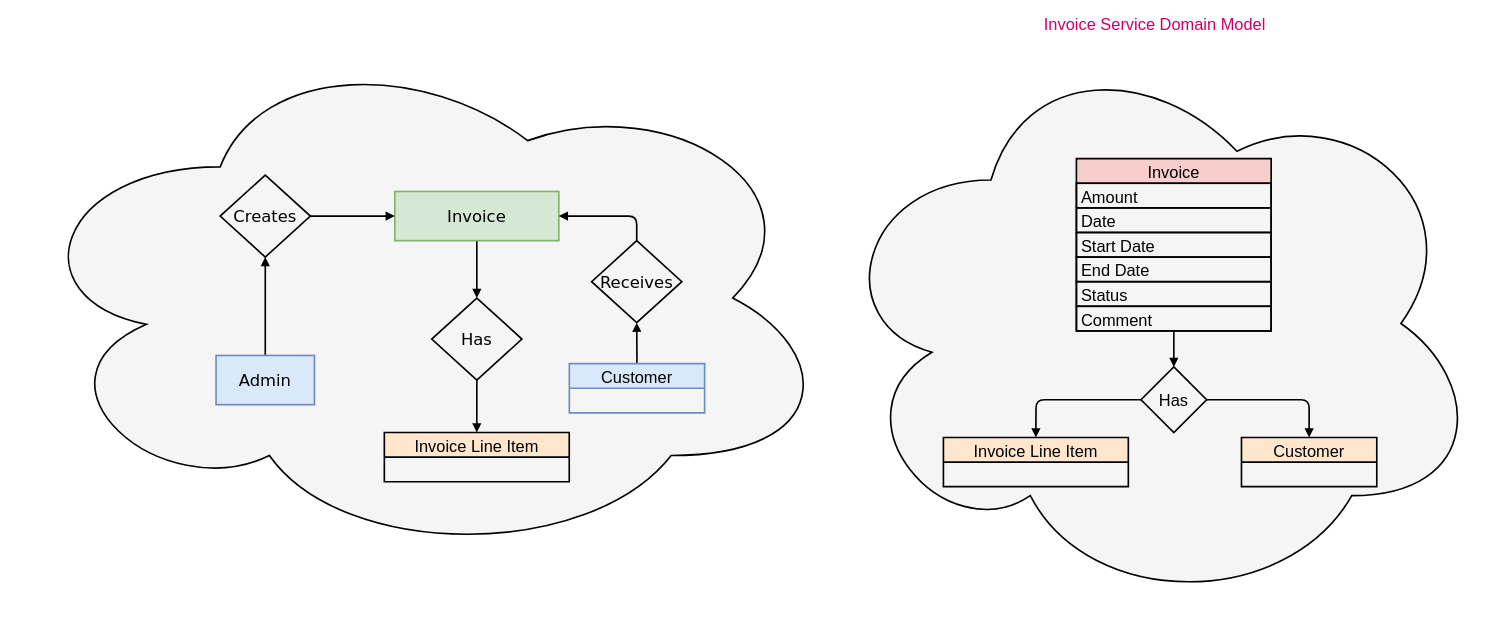
Before: docs/diagram/invoice_service_domain_model.drawio in dudhwalas/dudhwala, a draw.io diagram. Source tidied: cells renumbered, new cells numbered last; positions are measured from the earlier drawing's top-left corner, leaving out a move shared by most shapes. Both pictures are drawn from the tidied source at 82%, with x=0, y=0 at pixel (15, 35).
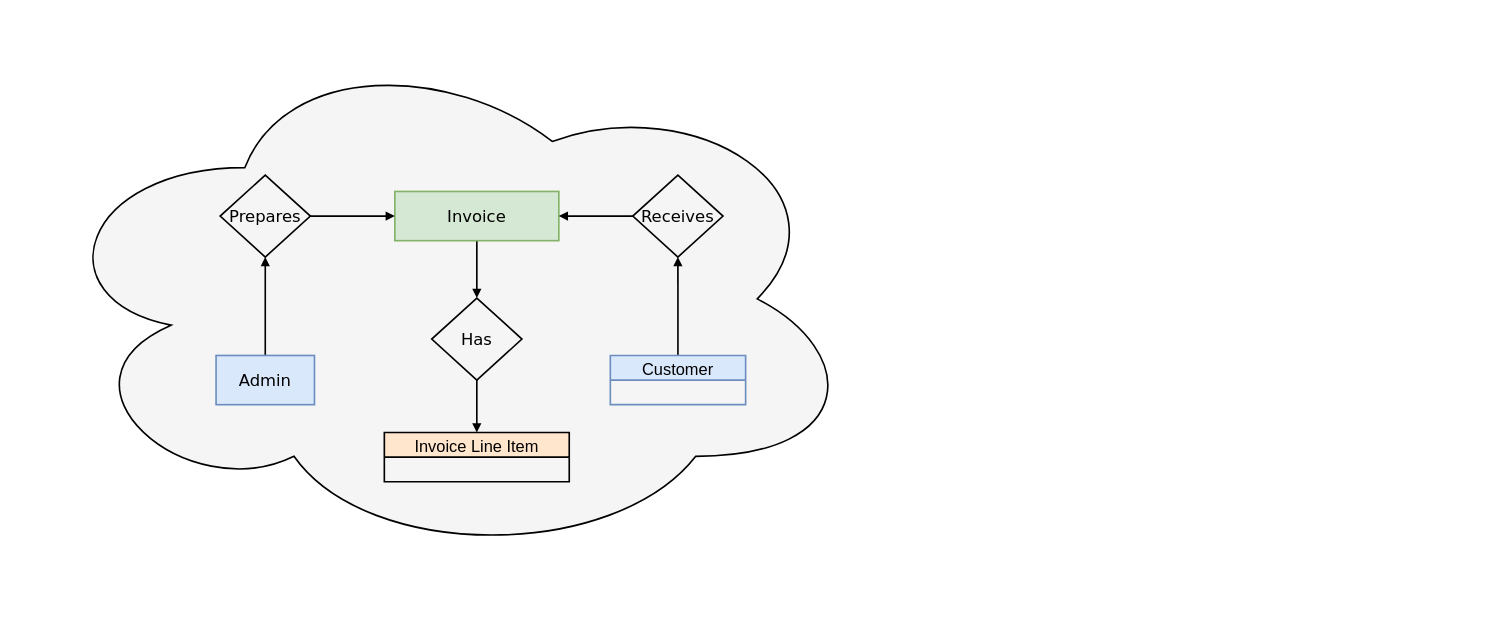
The same page after the edit.

Commit message (it also covers changes not shown here):
added invoice service specs

Unchanged cells that the change refers to:
```xml
<mxCell id="19" value="Invoice" style="rounded=0;whiteSpace=wrap;html=1;labelBackgroundColor=none;labelBorderColor=none;spacing=0;fontSize=20;fillColor=#d5e8d4;strokeColor=#82b366;sketch=0;glass=0;fontFamily=Verdana;strokeWidth=2;" parent="1" vertex="1">
  <mxGeometry x="463" y="190" width="200" height="60" as="geometry" />
</mxCell>
```

What changed in the source:
```diff
@@
-    <mxCell id="2" value="Invoice Service Domain Model" style="ellipse;shape=cloud;whiteSpace=wrap;html=1;fillColor=#f5f5f5;fontColor=#CC0066;strokeColor=#000000;strokeWidth=2;labelPosition=center;verticalLabelPosition=top;align=center;verticalAlign=bottom;fontSize=20;" parent="1" vertex="1">
-      <mxGeometry x="990" y="1" width="800" height="700" as="geometry" />
-    </mxCell>
-    <mxCell id="3" value="Invoice" style="swimlane;fontStyle=0;horizontal=1;startSize=30;fillColor=#f8cecc;strokeColor=#000000;fontSize=20;strokeWidth=2;" parent="1" vertex="1">
-      <mxGeometry x="1294.2" y="150" width="237.5" height="210" as="geometry" />
-    </mxCell>
-    <mxCell id="4" value="Amount" style="text;strokeColor=#000000;fillColor=none;align=left;verticalAlign=middle;spacingLeft=4;spacingRight=4;overflow=hidden;fontSize=20;strokeWidth=2;" parent="3" vertex="1">
-      <mxGeometry y="30" width="237.5" height="30" as="geometry" />
-    </mxCell>
-    <mxCell id="5" value="Date" style="text;strokeColor=#000000;fillColor=none;align=left;verticalAlign=middle;spacingLeft=4;spacingRight=4;overflow=hidden;fontSize=20;strokeWidth=2;" parent="3" vertex="1">
-      <mxGeometry y="60" width="237.5" height="30" as="geometry" />
-    </mxCell>
-    <mxCell id="6" value="Start Date" style="text;strokeColor=#000000;fillColor=none;align=left;verticalAlign=middle;spacingLeft=4;spacingRight=4;overflow=hidden;fontSize=20;strokeWidth=2;" parent="3" vertex="1">
-      <mxGeometry y="90" width="237.5" height="30" as="geometry" />
-    </mxCell>
-    <mxCell id="7" value="End Date" style="text;strokeColor=#000000;fillColor=none;align=left;verticalAlign=middle;spacingLeft=4;spacingRight=4;overflow=hidden;fontSize=20;strokeWidth=2;" parent="3" vertex="1">
-      <mxGeometry y="120" width="237.5" height="30" as="geometry" />
-    </mxCell>
-    <mxCell id="8" value="Status" style="text;strokeColor=#000000;fillColor=none;align=left;verticalAlign=middle;spacingLeft=4;spacingRight=4;overflow=hidden;fontSize=20;strokeWidth=2;" parent="3" vertex="1">
-      <mxGeometry y="150" width="237.5" height="30" as="geometry" />
-    </mxCell>
-    <mxCell id="9" value="Comment" style="text;strokeColor=#000000;fillColor=none;align=left;verticalAlign=middle;spacingLeft=4;spacingRight=4;overflow=hidden;fontSize=20;strokeWidth=2;" parent="3" vertex="1">
-      <mxGeometry y="180" width="237.5" height="30" as="geometry" />
-    </mxCell>
-    <mxCell id="10" value="Invoice Line Item" style="swimlane;fontStyle=0;horizontal=1;startSize=30;fillColor=#ffe6cc;strokeColor=#000000;fontSize=20;strokeWidth=2;" parent="1" vertex="1">
-      <mxGeometry x="1132" y="490" width="225.5" height="60" as="geometry" />
-    </mxCell>
-    <mxCell id="11" style="edgeStyle=none;html=1;exitX=1;exitY=0.5;exitDx=0;exitDy=0;entryX=0.5;entryY=0;entryDx=0;entryDy=0;endArrow=block;endFill=1;strokeWidth=2;strokeColor=#000000;" parent="1" edge="1" source="12" target="15">
-      <mxGeometry relative="1" as="geometry">
-        <Array as="points">
-          <mxPoint x="1578" y="444" />
-        </Array>
-      </mxGeometry>
-    </mxCell>
-    <mxCell id="12" value="Has" style="rhombus;whiteSpace=wrap;html=1;fontSize=20;fillColor=none;strokeWidth=2;strokeColor=#000000;" parent="1" vertex="1">
-      <mxGeometry x="1373" y="404" width="80" height="80" as="geometry" />
-    </mxCell>
-    <mxCell id="13" style="edgeStyle=none;html=1;entryX=0.5;entryY=0;entryDx=0;entryDy=0;fontSize=20;endArrow=block;endFill=1;strokeWidth=2;strokeColor=#000000;" parent="1" edge="1" target="12">
-      <mxGeometry relative="1" as="geometry">
-        <mxPoint x="1413" y="360" as="sourcePoint" />
-      </mxGeometry>
-    </mxCell>
-    <mxCell id="14" style="edgeStyle=none;html=1;entryX=0.5;entryY=0;entryDx=0;entryDy=0;fontSize=20;endArrow=block;endFill=1;strokeWidth=2;exitX=0;exitY=0.5;exitDx=0;exitDy=0;strokeColor=#000000;" parent="1" edge="1" source="12" target="10">
-      <mxGeometry relative="1" as="geometry">
-        <Array as="points">
-          <mxPoint x="1245" y="444" />
-        </Array>
-      </mxGeometry>
-    </mxCell>
-    <mxCell id="15" value="Customer" style="swimlane;fontStyle=0;horizontal=1;startSize=30;fillColor=#ffe6cc;strokeColor=#000000;fontSize=20;strokeWidth=2;" parent="1" vertex="1">
-      <mxGeometry x="1495.5" y="490" width="165" height="60" as="geometry" />
-    </mxCell>
     <mxCell id="16" style="ellipse;shape=cloud;whiteSpace=wrap;html=1;fillColor=#f5f5f5;fontColor=#CC0066;strokeColor=#000000;strokeWidth=2;labelPosition=center;verticalLabelPosition=top;align=center;verticalAlign=bottom;fontSize=20;" parent="1" vertex="1">
-      <mxGeometry width="1000" height="640" as="geometry" />
+      <mxGeometry x="30" y="1" width="1000" height="640" as="geometry" />
     </mxCell>
@@
-    <mxCell id="25" value="Creates" style="rhombus;whiteSpace=wrap;html=1;fontSize=20;fillColor=none;strokeWidth=2;strokeColor=#000000;fontFamily=Verdana;" parent="1" vertex="1">
+    <mxCell id="25" value="Prepares" style="rhombus;whiteSpace=wrap;html=1;fontSize=20;fillColor=none;strokeWidth=2;strokeColor=#000000;fontFamily=Verdana;" parent="1" vertex="1">
       <mxGeometry x="250" y="170" width="110" height="100" as="geometry" />
     </mxCell>
@@
     <mxCell id="27" value="Customer" style="swimlane;fontStyle=0;horizontal=1;startSize=30;fillColor=#dae8fc;strokeColor=#6c8ebf;fontSize=20;strokeWidth=2;" parent="1" vertex="1">
-      <mxGeometry x="675.8" y="400" width="165" height="60" as="geometry" />
+      <mxGeometry x="725.8" y="390" width="165" height="60" as="geometry" />
     </mxCell>
-    <mxCell id="28" style="edgeStyle=none;html=1;exitX=0.5;exitY=0;exitDx=0;exitDy=0;entryX=1;entryY=0.5;entryDx=0;entryDy=0;strokeWidth=2;endArrow=block;endFill=1;" parent="1" edge="1" source="29">
-      <mxGeometry relative="1" as="geometry">
-        <mxPoint x="663" y="220" as="targetPoint" />
-        <Array as="points">
-          <mxPoint x="758" y="220" />
-        </Array>
-      </mxGeometry>
-    </mxCell>
+    <mxCell id="30" style="edgeStyle=none;html=1;exitX=0;exitY=0.5;exitDx=0;exitDy=0;entryX=1;entryY=0.5;entryDx=0;entryDy=0;strokeWidth=2;endArrow=block;endFill=1;" parent="1" edge="1" source="29" target="19">
+      <mxGeometry relative="1" as="geometry" />
+    </mxCell>
     <mxCell id="29" value="Receives" style="rhombus;whiteSpace=wrap;html=1;fontSize=20;fillColor=none;strokeWidth=2;strokeColor=#000000;fontFamily=Verdana;" parent="1" vertex="1">
-      <mxGeometry x="703" y="250" width="110" height="100" as="geometry" />
+      <mxGeometry x="753.2" y="170" width="110" height="100" as="geometry" />
     </mxCell>
```
